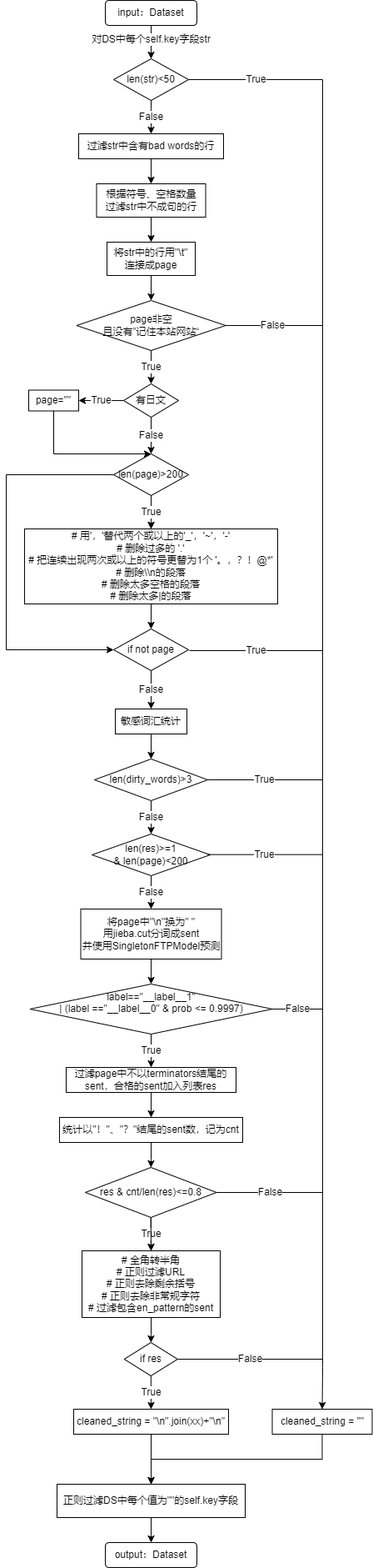
Earlier version of the draw.io export draw.io/OneFlow/zh_clean_OP_flowchart.png (LanXiu-0523/Image_host). Source tidied: cells renumbered, new cells last; positions are measured from the earlier drawing's top-left corner, leaving out a move shared by most shapes.
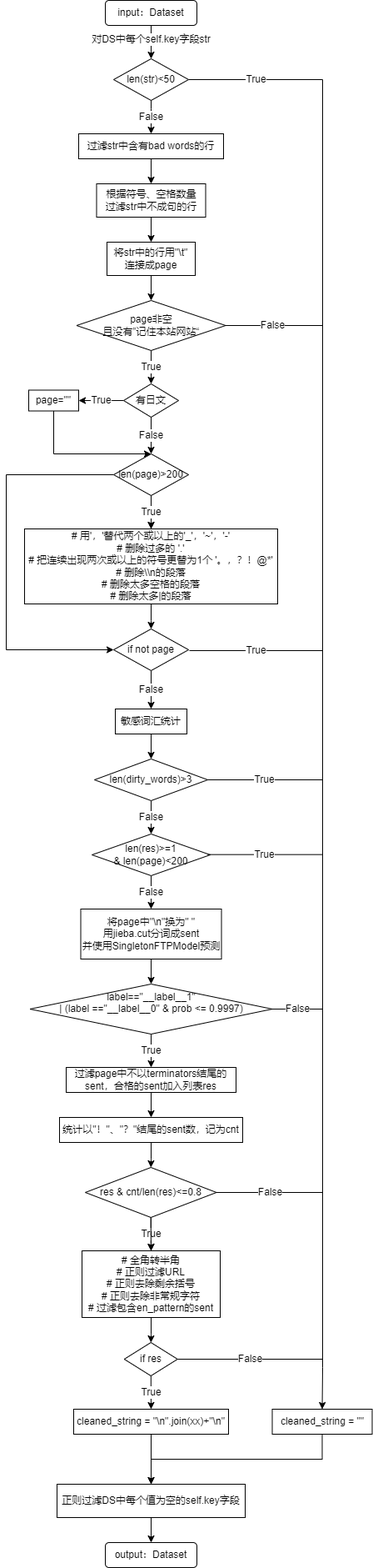
The same diagram one commit later.

What changed in the source:
```diff
@@ -246,7 +246,7 @@
     <mxCell id="63" style="edgeStyle=orthogonalEdgeStyle;rounded=0;jettySize=auto;html=1;" parent="1" edge="1" source="64" target="65">
       <mxGeometry relative="1" as="geometry" />
     </mxCell>
-    <mxCell id="64" value="正则过滤DS中每个值为&quot;&quot;的self.key字段" style="rounded=0;whiteSpace=wrap;html=1;" parent="1" vertex="1">
+    <mxCell id="64" value="正则过滤DS中每个值为空的self.key字段" style="rounded=0;whiteSpace=wrap;html=1;" parent="1" vertex="1">
       <mxGeometry x="61" y="1780" width="226" height="40" as="geometry" />
     </mxCell>
     <mxCell id="65" value="output：Dataset" style="rounded=1;whiteSpace=wrap;html=1;" parent="1" vertex="1">
```
